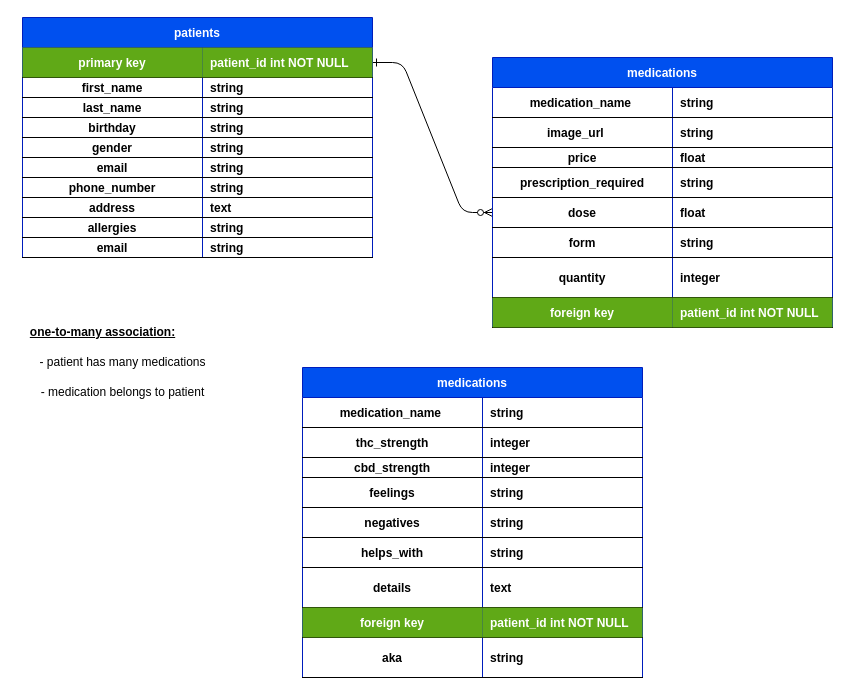
The draw.io diagram .drawio in minchulan/dailydose-server, before the edit. Source tidied: cells renumbered, new cells numbered last; positions are measured from the earlier drawing's top-left corner, leaving out a move shared by most shapes. Both pictures are drawn from the tidied source at 100%, with x=0, y=0 at pixel (17, 17).
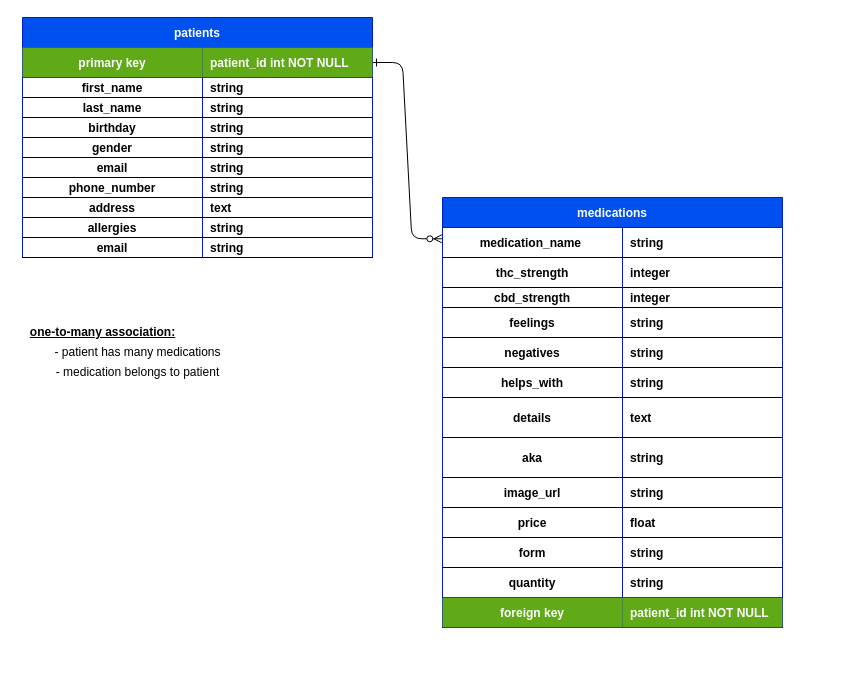
The same page after the edit.

Unchanged cells that the change refers to:
```xml
<mxCell id="29" style="shape=partialRectangle;fillColor=none;points=[[0,0.5],[1,0.5]];portConstraint=eastwest;top=0;left=0;right=0;bottom=1;" parent="28" vertex="1">
  <mxGeometry y="30" width="350" height="30" as="geometry" />
</mxCell>
```

The edit, as a diff of the source:
```diff
@@
-    <mxCell id="2" style="edgeStyle=entityRelationEdgeStyle;endArrow=ERzeroToMany;startArrow=ERone;endFill=1;startFill=0;entryX=0;entryY=0.5;entryDx=0;entryDy=0;" parent="1" edge="1" source="29" target="16">
+    <mxCell id="2" style="edgeStyle=entityRelationEdgeStyle;endArrow=ERzeroToMany;startArrow=ERone;endFill=1;startFill=0;entryX=-0.002;entryY=0.096;entryDx=0;entryDy=0;entryPerimeter=0;" parent="1" edge="1" source="29" target="62">
       <mxGeometry relative="1" as="geometry" />
     </mxCell>
-    <mxCell id="3" value="medications" style="shape=table;startSize=30;childLayout=tableLayout;rowLines=0;fontStyle=1;align=center;fillColor=#0050ef;fontColor=#ffffff;strokeColor=#001DBC;" parent="1" vertex="1">
-      <mxGeometry x="475" y="40" width="340" height="270" as="geometry" />
-    </mxCell>
-    <mxCell id="4" style="shape=partialRectangle;fillColor=none;top=0;left=0;right=0;bottom=1;" parent="3" vertex="1">
-      <mxGeometry y="30" width="340" height="30" as="geometry" />
-    </mxCell>
-    <mxCell id="5" value="medication_name " style="shape=partialRectangle;overflow=hidden;fillColor=none;top=0;left=0;bottom=0;right=0;fontStyle=1;" parent="4" vertex="1">
-      <mxGeometry width="180" height="30" as="geometry" />
-    </mxCell>
-    <mxCell id="6" value="string" style="shape=partialRectangle;overflow=hidden;fillColor=none;top=0;left=0;bottom=0;right=0;align=left;spacingLeft=6;fontStyle=1;" parent="4" vertex="1">
-      <mxGeometry x="180" width="160" height="30" as="geometry" />
-    </mxCell>
-    <mxCell id="7" style="shape=partialRectangle;fillColor=none;top=0;left=0;right=0;bottom=1;" parent="3" vertex="1">
-      <mxGeometry y="60" width="340" height="30" as="geometry" />
-    </mxCell>
-    <mxCell id="8" value="image_url    " style="shape=partialRectangle;overflow=hidden;fillColor=none;top=0;left=0;bottom=0;right=0;fontStyle=1;" parent="7" vertex="1">
-      <mxGeometry width="180" height="30" as="geometry" />
-    </mxCell>
-    <mxCell id="9" value="string" style="shape=partialRectangle;overflow=hidden;fillColor=none;top=0;left=0;bottom=0;right=0;align=left;spacingLeft=6;fontStyle=1;" parent="7" vertex="1">
-      <mxGeometry x="180" width="160" height="30" as="geometry" />
-    </mxCell>
-    <mxCell id="10" style="shape=partialRectangle;fillColor=none;top=0;left=0;right=0;bottom=1;" parent="3" vertex="1">
-      <mxGeometry y="90" width="340" height="20" as="geometry" />
-    </mxCell>
-    <mxCell id="11" value="price" style="shape=partialRectangle;overflow=hidden;fillColor=none;top=0;left=0;bottom=0;right=0;fontStyle=1;" parent="10" vertex="1">
-      <mxGeometry width="180" height="20" as="geometry" />
-    </mxCell>
-    <mxCell id="12" value="float" style="shape=partialRectangle;overflow=hidden;fillColor=none;top=0;left=0;bottom=0;right=0;align=left;spacingLeft=6;fontStyle=1;" parent="10" vertex="1">
-      <mxGeometry x="180" width="160" height="20" as="geometry" />
-    </mxCell>
-    <mxCell id="13" style="shape=partialRectangle;fillColor=none;top=0;left=0;right=0;bottom=1;" parent="3" vertex="1">
-      <mxGeometry y="110" width="340" height="30" as="geometry" />
-    </mxCell>
-    <mxCell id="14" value="prescription_required" style="shape=partialRectangle;overflow=hidden;fillColor=none;top=0;left=0;bottom=0;right=0;fontStyle=1;" parent="13" vertex="1">
-      <mxGeometry width="180" height="30" as="geometry" />
-    </mxCell>
-    <mxCell id="15" value="string" style="shape=partialRectangle;overflow=hidden;fillColor=none;top=0;left=0;bottom=0;right=0;align=left;spacingLeft=6;fontStyle=1;" parent="13" vertex="1">
-      <mxGeometry x="180" width="160" height="30" as="geometry" />
-    </mxCell>
-    <mxCell id="16" style="shape=partialRectangle;fillColor=none;points=[[0,0.5],[1,0.5]];portConstraint=eastwest;top=0;left=0;right=0;bottom=1;" parent="3" vertex="1">
-      <mxGeometry y="140" width="340" height="30" as="geometry" />
-    </mxCell>
-    <mxCell id="17" value="dose" style="shape=partialRectangle;overflow=hidden;fillColor=none;top=0;left=0;bottom=0;right=0;fontStyle=1;" parent="16" vertex="1">
-      <mxGeometry width="180" height="30" as="geometry" />
-    </mxCell>
-    <mxCell id="18" value="float" style="shape=partialRectangle;overflow=hidden;fillColor=none;top=0;left=0;bottom=0;right=0;align=left;spacingLeft=6;fontStyle=1;" parent="16" vertex="1">
-      <mxGeometry x="180" width="160" height="30" as="geometry" />
-    </mxCell>
-    <mxCell id="19" style="shape=partialRectangle;fillColor=none;top=0;left=0;right=0;bottom=1;" parent="3" vertex="1">
-      <mxGeometry y="170" width="340" height="30" as="geometry" />
-    </mxCell>
-    <mxCell id="20" value="form" style="shape=partialRectangle;overflow=hidden;fillColor=none;top=0;left=0;bottom=0;right=0;fontStyle=1;" parent="19" vertex="1">
-      <mxGeometry width="180" height="30" as="geometry" />
-    </mxCell>
-    <mxCell id="21" value="string" style="shape=partialRectangle;overflow=hidden;fillColor=none;top=0;left=0;bottom=0;right=0;align=left;spacingLeft=6;fontStyle=1;" parent="19" vertex="1">
-      <mxGeometry x="180" width="160" height="30" as="geometry" />
-    </mxCell>
-    <mxCell id="22" style="shape=partialRectangle;fillColor=none;top=0;left=0;right=0;bottom=1;" parent="3" vertex="1">
-      <mxGeometry y="200" width="340" height="40" as="geometry" />
-    </mxCell>
-    <mxCell id="23" value="quantity" style="shape=partialRectangle;overflow=hidden;fillColor=none;top=0;left=0;bottom=0;right=0;fontStyle=1;" parent="22" vertex="1">
-      <mxGeometry width="180" height="40" as="geometry" />
-    </mxCell>
-    <mxCell id="24" value="integer" style="shape=partialRectangle;overflow=hidden;fillColor=none;top=0;left=0;bottom=0;right=0;align=left;spacingLeft=6;fontStyle=1;" parent="22" vertex="1">
-      <mxGeometry x="180" width="160" height="40" as="geometry" />
-    </mxCell>
-    <mxCell id="25" style="shape=partialRectangle;fillColor=none;top=0;left=0;right=0;bottom=1;" parent="3" vertex="1">
-      <mxGeometry y="240" width="340" height="30" as="geometry" />
-    </mxCell>
-    <mxCell id="26" value="foreign key" style="shape=partialRectangle;overflow=hidden;fillColor=#60a917;top=0;left=0;bottom=0;right=0;fontStyle=1;fontColor=#ffffff;strokeColor=#2D7600;" parent="25" vertex="1">
-      <mxGeometry width="180" height="30" as="geometry" />
-    </mxCell>
-    <mxCell id="27" value="patient_id int NOT NULL" style="shape=partialRectangle;overflow=hidden;fillColor=#60a917;top=0;left=0;bottom=0;right=0;align=left;spacingLeft=6;fontStyle=1;fontColor=#ffffff;strokeColor=#2D7600;" parent="25" vertex="1">
-      <mxGeometry x="180" width="160" height="30" as="geometry" />
-    </mxCell>
@@
     <mxCell id="60" value="- patient has many medications" style="text;html=1;align=center;verticalAlign=middle;strokeColor=none;fillColor=none;" parent="1" vertex="1">
-      <mxGeometry x="10" y="330" width="190" height="30" as="geometry" />
+      <mxGeometry x="25" y="320" width="190" height="30" as="geometry" />
     </mxCell>
     <mxCell id="61" value="- medication belongs to patient" style="text;html=1;align=center;verticalAlign=middle;strokeColor=none;fillColor=none;" parent="1" vertex="1">
-      <mxGeometry x="10" y="360" width="190" height="30" as="geometry" />
+      <mxGeometry x="25" y="340" width="190" height="30" as="geometry" />
     </mxCell>
     <mxCell id="62" value="medications" style="shape=table;startSize=30;childLayout=tableLayout;rowLines=0;fontStyle=1;align=center;fillColor=#0050ef;fontColor=#ffffff;strokeColor=#001DBC;" parent="1" vertex="1">
-      <mxGeometry x="285" y="350" width="340" height="310" as="geometry" />
+      <mxGeometry x="425" y="180" width="340" height="430" as="geometry" />
     </mxCell>
@@
+    <mxCell id="87" style="shape=partialRectangle;fillColor=none;top=0;left=0;right=0;bottom=1;" parent="62" vertex="1">
+      <mxGeometry y="240" width="340" height="40" as="geometry" />
+    </mxCell>
+    <mxCell id="88" value="aka" style="shape=partialRectangle;overflow=hidden;fillColor=none;top=0;left=0;bottom=0;right=0;fontStyle=1;" parent="87" vertex="1">
+      <mxGeometry width="180" height="40" as="geometry" />
+    </mxCell>
+    <mxCell id="89" value="string" style="shape=partialRectangle;overflow=hidden;fillColor=none;top=0;left=0;bottom=0;right=0;align=left;spacingLeft=6;fontStyle=1;" parent="87" vertex="1">
+      <mxGeometry x="180" width="160" height="40" as="geometry" />
+    </mxCell>
+    <mxCell id="90" style="shape=partialRectangle;fillColor=none;top=0;left=0;right=0;bottom=1;" parent="62" vertex="1">
+      <mxGeometry y="280" width="340" height="30" as="geometry" />
+    </mxCell>
+    <mxCell id="8" value="image_url" style="shape=partialRectangle;overflow=hidden;fillColor=none;top=0;left=0;bottom=0;right=0;fontStyle=1;" parent="90" vertex="1">
+      <mxGeometry width="180" height="30" as="geometry" />
+    </mxCell>
+    <mxCell id="91" value="string" style="shape=partialRectangle;overflow=hidden;fillColor=none;top=0;left=0;bottom=0;right=0;align=left;spacingLeft=6;fontStyle=1;" parent="90" vertex="1">
+      <mxGeometry x="180" width="160" height="30" as="geometry" />
+    </mxCell>
+    <mxCell id="92" style="shape=partialRectangle;fillColor=none;top=0;left=0;right=0;bottom=1;" parent="62" vertex="1">
+      <mxGeometry y="310" width="340" height="30" as="geometry" />
+    </mxCell>
+    <mxCell id="11" value="price" style="shape=partialRectangle;overflow=hidden;fillColor=none;top=0;left=0;bottom=0;right=0;fontStyle=1;" parent="92" vertex="1">
+      <mxGeometry width="180" height="30" as="geometry" />
+    </mxCell>
+    <mxCell id="18" value="float" style="shape=partialRectangle;overflow=hidden;fillColor=none;top=0;left=0;bottom=0;right=0;align=left;spacingLeft=6;fontStyle=1;" parent="92" vertex="1">
+      <mxGeometry x="180" width="160" height="30" as="geometry" />
+    </mxCell>
+    <mxCell id="93" style="shape=partialRectangle;fillColor=none;top=0;left=0;right=0;bottom=1;" parent="62" vertex="1">
+      <mxGeometry y="340" width="340" height="30" as="geometry" />
+    </mxCell>
+    <mxCell id="20" value="form" style="shape=partialRectangle;overflow=hidden;fillColor=none;top=0;left=0;bottom=0;right=0;fontStyle=1;" parent="93" vertex="1">
+      <mxGeometry width="180" height="30" as="geometry" />
+    </mxCell>
+    <mxCell id="94" value="string" style="shape=partialRectangle;overflow=hidden;fillColor=none;top=0;left=0;bottom=0;right=0;align=left;spacingLeft=6;fontStyle=1;" parent="93" vertex="1">
+      <mxGeometry x="180" width="160" height="30" as="geometry" />
+    </mxCell>
+    <mxCell id="95" style="shape=partialRectangle;fillColor=none;top=0;left=0;right=0;bottom=1;" parent="62" vertex="1">
+      <mxGeometry y="370" width="340" height="30" as="geometry" />
+    </mxCell>
+    <mxCell id="23" value="quantity" style="shape=partialRectangle;overflow=hidden;fillColor=none;top=0;left=0;bottom=0;right=0;fontStyle=1;" parent="95" vertex="1">
+      <mxGeometry width="180" height="30" as="geometry" />
+    </mxCell>
+    <mxCell id="96" value="string" style="shape=partialRectangle;overflow=hidden;fillColor=none;top=0;left=0;bottom=0;right=0;align=left;spacingLeft=6;fontStyle=1;" parent="95" vertex="1">
+      <mxGeometry x="180" width="160" height="30" as="geometry" />
+    </mxCell>
     <mxCell id="84" style="shape=partialRectangle;fillColor=none;top=0;left=0;right=0;bottom=1;" parent="62" vertex="1">
-      <mxGeometry y="240" width="340" height="30" as="geometry" />
+      <mxGeometry y="400" width="340" height="30" as="geometry" />
     </mxCell>
@@
-    <mxCell id="87" style="shape=partialRectangle;fillColor=none;top=0;left=0;right=0;bottom=1;" parent="62" vertex="1">
-      <mxGeometry y="270" width="340" height="40" as="geometry" />
-    </mxCell>
-    <mxCell id="88" value="aka" style="shape=partialRectangle;overflow=hidden;fillColor=none;top=0;left=0;bottom=0;right=0;fontStyle=1;" parent="87" vertex="1">
-      <mxGeometry width="180" height="40" as="geometry" />
-    </mxCell>
-    <mxCell id="89" value="string" style="shape=partialRectangle;overflow=hidden;fillColor=none;top=0;left=0;bottom=0;right=0;align=left;spacingLeft=6;fontStyle=1;" parent="87" vertex="1">
-      <mxGeometry x="180" width="160" height="40" as="geometry" />
-    </mxCell>
```
